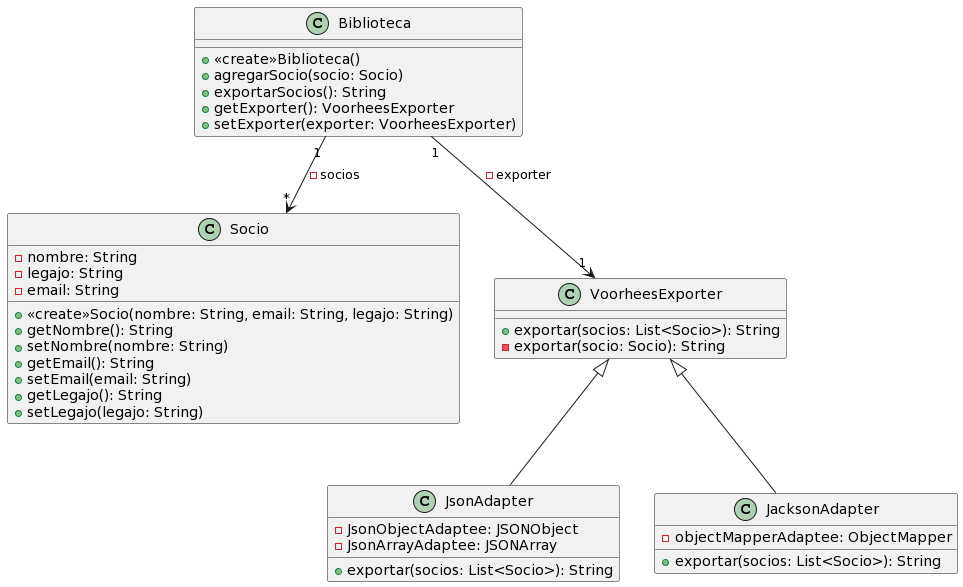
Pedro0604/3ro-LS-LI-APU keeps this PlantUML diagram as 1er_semestre/OO2/Practicas/Practica_resuelta/ejercicio03/UML_b.png. Above is the earlier version. The source it was exported from:
```plantuml
@startuml
class Biblioteca{
  +<<create>>Biblioteca()
  +agregarSocio(socio: Socio)
  +exportarSocios(): String
  +getExporter(): VoorheesExporter
  +setExporter(exporter: VoorheesExporter)
}

class Socio{
  -nombre: String
  -legajo: String
  -email: String

  +<<create>>Socio(nombre: String, email: String, legajo: String)
  +getNombre(): String
  +setNombre(nombre: String)
  +getEmail(): String
  +setEmail(email: String)
  +getLegajo(): String
  +setLegajo(legajo: String)
}

class VoorheesExporter{
  +exportar(socios: List<Socio>): String
  -exportar(socio: Socio): String
}

class JsonAdapter extends VoorheesExporter{
  -JsonObjectAdaptee: JSONObject
  -JsonArrayAdaptee: JSONArray
  +exportar(socios: List<Socio>): String
}

class JacksonAdapter extends VoorheesExporter{
  -objectMapperAdaptee: ObjectMapper
  +exportar(socios: List<Socio>): String
}

Biblioteca "1" --> "*" Socio: -socios
Biblioteca "1" --> "1" VoorheesExporter: -exporter
@enduml
```
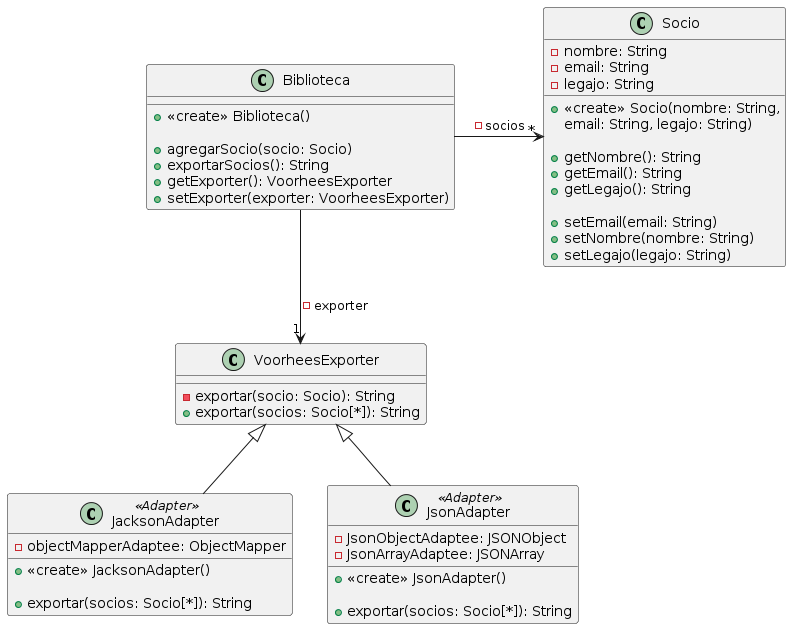
The same diagram one commit later.

Diff of the diagram source:
```diff
@@ -1,42 +1,51 @@
 @startuml
-class Biblioteca{
-  +<<create>>Biblioteca()
-  +agregarSocio(socio: Socio)
-  +exportarSocios(): String
-  +getExporter(): VoorheesExporter
-  +setExporter(exporter: VoorheesExporter)
+class Biblioteca {
+	+<<create>> Biblioteca()
+
+	+agregarSocio(socio: Socio)
+	+exportarSocios(): String
+	+getExporter(): VoorheesExporter
+	+setExporter(exporter: VoorheesExporter)
 }
 
-class Socio{
-  -nombre: String
-  -legajo: String
-  -email: String
+class Socio {
+	-nombre: String
+	-email: String
+	-legajo: String
 
-  +<<create>>Socio(nombre: String, email: String, legajo: String)
-  +getNombre(): String
-  +setNombre(nombre: String)
-  +getEmail(): String
-  +setEmail(email: String)
-  +getLegajo(): String
-  +setLegajo(legajo: String)
+	+<<create>> Socio(nombre: String,
+                          email: String, legajo: String)
+
+	+getNombre(): String
+	+getEmail(): String
+	+getLegajo(): String
+
+	+setEmail(email: String)
+	+setNombre(nombre: String)
+	+setLegajo(legajo: String)
+}
+Biblioteca -right-> "*" Socio : -socios
+
+class VoorheesExporter {
+	-exportar(socio: Socio): String
+	+exportar(socios: Socio[*]): String
+}
+Biblioteca --> "1" VoorheesExporter : -exporter
+
+class JacksonAdapter <<Adapter>> extends VoorheesExporter {
+	-objectMapperAdaptee: ObjectMapper
+
+	+<<create>> JacksonAdapter()
+
+	+exportar(socios: Socio[*]): String
 }
 
-class VoorheesExporter{
-  +exportar(socios: List<Socio>): String
-  -exportar(socio: Socio): String
+class JsonAdapter <<Adapter>> extends VoorheesExporter {
+	-JsonObjectAdaptee: JSONObject
+	-JsonArrayAdaptee: JSONArray
+
+	+<<create>> JsonAdapter()
+
+	+exportar(socios: Socio[*]): String
 }
-
-class JsonAdapter extends VoorheesExporter{
-  -JsonObjectAdaptee: JSONObject
-  -JsonArrayAdaptee: JSONArray
-  +exportar(socios: List<Socio>): String
-}
-
-class JacksonAdapter extends VoorheesExporter{
-  -objectMapperAdaptee: ObjectMapper
-  +exportar(socios: List<Socio>): String
-}
-
-Biblioteca "1" --> "*" Socio: -socios
-Biblioteca "1" --> "1" VoorheesExporter: -exporter
 @enduml
```
